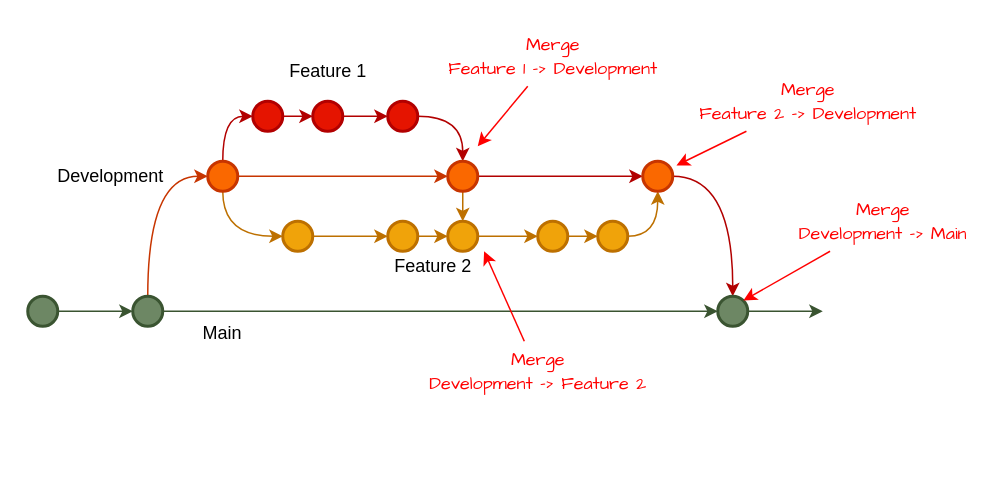
This is docs/pics/haarat.drawio from Raision-seudun-koulutuskuntayhtyma/Tietokannat, a draw.io file, before an edit. Source tidied: cells renumbered, new cells numbered last; positions are measured from the earlier drawing's top-left corner, leaving out a move shared by most shapes. Both pictures are drawn from the tidied source at 150%, with x=0, y=0 at pixel (27, 26).
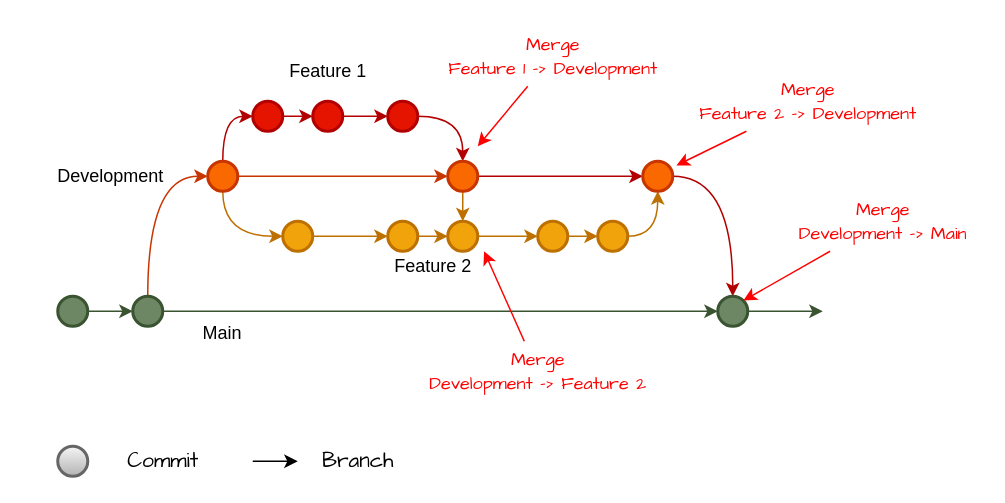
Above is the later version.

Commit message (it also covers changes not shown here):
Täydennetty kuvaa

What changed in the source:
```diff
@@
     <mxCell id="37" style="strokeWidth=2;html=1;shape=mxgraph.flowchart.start_2;whiteSpace=wrap;fillColor=#6d8764;strokeColor=#3A5431;fontColor=#ffffff;" parent="1" vertex="1">
-      <mxGeometry y="180" width="20" height="20" as="geometry" />
+      <mxGeometry x="20" y="180" width="20" height="20" as="geometry" />
     </mxCell>
@@
+    <mxCell id="47" style="strokeWidth=2;html=1;shape=mxgraph.flowchart.start_2;whiteSpace=wrap;fillColor=#f5f5f5;strokeColor=#666666;gradientColor=#b3b3b3;" parent="1" vertex="1">
+      <mxGeometry x="20" y="280" width="20" height="20" as="geometry" />
+    </mxCell>
+    <mxCell id="48" style="endArrow=classic;html=1;fontColor=#FF0000;strokeColor=#000000;curved=1;" parent="1" edge="1">
+      <mxGeometry relative="1" as="geometry">
+        <mxPoint x="150" y="290" as="sourcePoint" />
+        <mxPoint x="180" y="290" as="targetPoint" />
+      </mxGeometry>
+    </mxCell>
+    <mxCell id="49" value="&lt;font face=&quot;Comic Sans MS&quot; style=&quot;font-size: 14px&quot;&gt;Commit&lt;/font&gt;" style="text;html=1;align=center;verticalAlign=middle;strokeColor=none;fillColor=none;fontColor=#000000;" parent="1" vertex="1">
+      <mxGeometry x="60" y="280" width="60" height="20" as="geometry" />
+    </mxCell>
+    <mxCell id="50" value="&lt;font face=&quot;Comic Sans MS&quot; style=&quot;font-size: 14px&quot;&gt;Branch&lt;/font&gt;" style="text;html=1;align=center;verticalAlign=middle;strokeColor=none;fillColor=none;fontColor=#000000;" parent="1" vertex="1">
+      <mxGeometry x="190" y="280" width="60" height="20" as="geometry" />
+    </mxCell>
```
